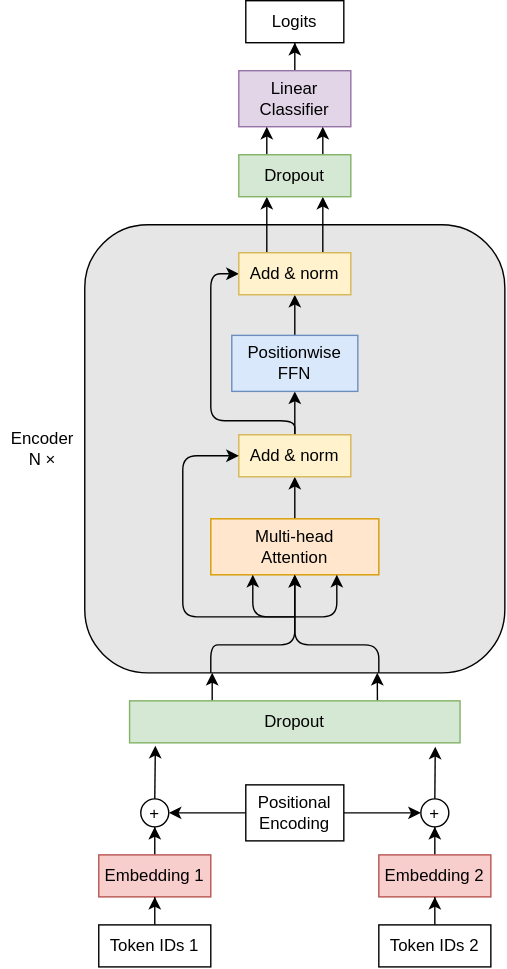
Earlier version of the draw.io export docs/figures/transformer_architecture_diagram/transformer_architecture.drawio.svg (RayYouDS/cits4012-NLP-project). Source tidied: cells renumbered, new cells last; positions are measured from the earlier drawing's top-left corner, leaving out a move shared by most shapes. Source of this version:
```xml
<mxGraphModel>
  <root>
    <mxCell id="0" />
    <mxCell id="1" parent="0" />
    <mxCell id="2" style="edgeStyle=orthogonalEdgeStyle;rounded=0;jettySize=auto;html=1;entryX=0.5;entryY=1;entryDx=0;entryDy=0;" parent="1" edge="1" source="3" target="7">
      <mxGeometry relative="1" as="geometry" />
    </mxCell>
    <mxCell id="3" value="Embedding 1" style="rounded=0;whiteSpace=wrap;html=1;fillColor=#f8cecc;strokeColor=#b85450;" parent="1" vertex="1">
      <mxGeometry x="70" y="610" width="80" height="30" as="geometry" />
    </mxCell>
    <mxCell id="4" style="edgeStyle=orthogonalEdgeStyle;rounded=0;jettySize=auto;html=1;entryX=0;entryY=0.5;entryDx=0;entryDy=0;" parent="1" edge="1" source="6" target="11">
      <mxGeometry relative="1" as="geometry" />
    </mxCell>
    <mxCell id="5" style="edgeStyle=orthogonalEdgeStyle;rounded=0;jettySize=auto;html=1;entryX=1;entryY=0.5;entryDx=0;entryDy=0;" parent="1" edge="1" source="6" target="7">
      <mxGeometry relative="1" as="geometry" />
    </mxCell>
    <mxCell id="6" value="Positional Encoding" style="rounded=0;whiteSpace=wrap;html=1;" parent="1" vertex="1">
      <mxGeometry x="175" y="560" width="70" height="40" as="geometry" />
    </mxCell>
    <mxCell id="7" value="+" style="ellipse;whiteSpace=wrap;html=1;shapeInside=1;" parent="1" vertex="1">
      <mxGeometry x="100" y="570" width="20" height="20" as="geometry" />
    </mxCell>
    <mxCell id="8" value="Encoder&lt;br&gt;N ×" style="text;html=1;whiteSpace=wrap;strokeColor=none;fillColor=none;align=center;verticalAlign=middle;rounded=0;" parent="1" vertex="1">
      <mxGeometry y="305" width="60" height="30" as="geometry" />
    </mxCell>
    <mxCell id="9" style="edgeStyle=orthogonalEdgeStyle;rounded=0;jettySize=auto;html=1;entryX=0.5;entryY=1;entryDx=0;entryDy=0;" parent="1" edge="1" source="10" target="11">
      <mxGeometry relative="1" as="geometry" />
    </mxCell>
    <mxCell id="10" value="Embedding 2" style="rounded=0;whiteSpace=wrap;html=1;fillColor=#f8cecc;strokeColor=#b85450;" parent="1" vertex="1">
      <mxGeometry x="270" y="610" width="80" height="30" as="geometry" />
    </mxCell>
    <mxCell id="11" value="+" style="ellipse;whiteSpace=wrap;html=1;shapeInside=1;" parent="1" vertex="1">
      <mxGeometry x="300" y="570" width="20" height="20" as="geometry" />
    </mxCell>
    <mxCell id="12" style="edgeStyle=orthogonalEdgeStyle;rounded=0;jettySize=auto;html=1;entryX=0.5;entryY=1;entryDx=0;entryDy=0;" parent="1" edge="1" source="13" target="3">
      <mxGeometry relative="1" as="geometry" />
    </mxCell>
    <mxCell id="13" value="Token IDs 1" style="rounded=0;whiteSpace=wrap;html=1;" parent="1" vertex="1">
      <mxGeometry x="70" y="660" width="80" height="30" as="geometry" />
    </mxCell>
    <mxCell id="14" style="edgeStyle=orthogonalEdgeStyle;rounded=0;jettySize=auto;html=1;entryX=0.5;entryY=1;entryDx=0;entryDy=0;" parent="1" edge="1" source="15" target="10">
      <mxGeometry relative="1" as="geometry" />
    </mxCell>
    <mxCell id="15" value="Token IDs 2" style="rounded=0;whiteSpace=wrap;html=1;" parent="1" vertex="1">
      <mxGeometry x="270" y="660" width="80" height="30" as="geometry" />
    </mxCell>
    <mxCell id="16" style="rounded=1;whiteSpace=wrap;html=1;roundedPerimeter=1;fillColor=#E6E6E6;" parent="1" vertex="1">
      <mxGeometry x="60" y="160" width="300" height="320" as="geometry" />
    </mxCell>
    <mxCell id="17" style="edgeStyle=orthogonalEdgeStyle;rounded=0;jettySize=auto;html=1;entryX=0.5;entryY=1;entryDx=0;entryDy=0;" parent="1" edge="1" source="18" target="21">
      <mxGeometry relative="1" as="geometry" />
    </mxCell>
    <mxCell id="18" value="Multi-head&lt;br&gt;Attention" style="rounded=0;whiteSpace=wrap;html=1;fillColor=#ffe6cc;strokeColor=#d79b00;" parent="1" vertex="1">
      <mxGeometry x="150" y="370" width="120" height="40" as="geometry" />
    </mxCell>
    <mxCell id="19" style="edgeStyle=orthogonalEdgeStyle;rounded=0;jettySize=auto;html=1;entryX=0.5;entryY=1;entryDx=0;entryDy=0;" parent="1" edge="1" source="21" target="23">
      <mxGeometry relative="1" as="geometry" />
    </mxCell>
    <mxCell id="20" style="edgeStyle=orthogonalEdgeStyle;rounded=1;jettySize=auto;html=1;entryX=0;entryY=0.5;entryDx=0;entryDy=0;curved=0;" parent="1" edge="1" source="21" target="26">
      <mxGeometry relative="1" as="geometry">
        <Array as="points">
          <mxPoint x="210" y="300" />
          <mxPoint x="150" y="300" />
          <mxPoint x="150" y="195" />
        </Array>
      </mxGeometry>
    </mxCell>
    <mxCell id="21" value="Add &amp;amp; norm" style="rounded=0;whiteSpace=wrap;html=1;fillColor=#fff2cc;strokeColor=#d6b656;" parent="1" vertex="1">
      <mxGeometry x="170" y="310" width="80" height="30" as="geometry" />
    </mxCell>
    <mxCell id="22" style="edgeStyle=orthogonalEdgeStyle;rounded=0;jettySize=auto;html=1;entryX=0.5;entryY=1;entryDx=0;entryDy=0;" parent="1" edge="1" source="23" target="26">
      <mxGeometry relative="1" as="geometry" />
    </mxCell>
    <mxCell id="23" value="Positionwise&lt;br&gt;FFN" style="rounded=0;whiteSpace=wrap;html=1;fillColor=#dae8fc;strokeColor=#6c8ebf;" parent="1" vertex="1">
      <mxGeometry x="165" y="239" width="90" height="40" as="geometry" />
    </mxCell>
    <mxCell id="24" style="edgeStyle=orthogonalEdgeStyle;rounded=0;jettySize=auto;html=1;exitX=0.25;exitY=0;exitDx=0;exitDy=0;entryX=0.25;entryY=1;entryDx=0;entryDy=0;" parent="1" edge="1" source="26" target="43">
      <mxGeometry relative="1" as="geometry" />
    </mxCell>
    <mxCell id="25" style="edgeStyle=orthogonalEdgeStyle;rounded=0;jettySize=auto;html=1;exitX=0.75;exitY=0;exitDx=0;exitDy=0;entryX=0.75;entryY=1;entryDx=0;entryDy=0;" parent="1" edge="1" source="26" target="43">
      <mxGeometry relative="1" as="geometry" />
    </mxCell>
    <mxCell id="26" value="Add &amp;amp; norm" style="rounded=0;whiteSpace=wrap;html=1;fillColor=#fff2cc;strokeColor=#d6b656;" parent="1" vertex="1">
      <mxGeometry x="170" y="180" width="80" height="30" as="geometry" />
    </mxCell>
    <mxCell id="27" style="edgeStyle=orthogonalEdgeStyle;rounded=0;jettySize=auto;html=1;entryX=0.5;entryY=1;entryDx=0;entryDy=0;" parent="1" edge="1" source="28" target="34">
      <mxGeometry relative="1" as="geometry" />
    </mxCell>
    <mxCell id="28" value="Linear Classifier" style="rounded=0;whiteSpace=wrap;html=1;fillColor=#e1d5e7;strokeColor=#9673a6;" parent="1" vertex="1">
      <mxGeometry x="170" y="50" width="80" height="40" as="geometry" />
    </mxCell>
    <mxCell id="29" style="endArrow=classic;html=1;rounded=1;entryX=0.5;entryY=1;entryDx=0;entryDy=0;curved=0;exitX=0.3;exitY=1;exitDx=0;exitDy=0;" parent="1" edge="1" source="16" target="18">
      <mxGeometry x="-0.66" relative="1" as="geometry">
        <Array as="points">
          <mxPoint x="150" y="460" />
          <mxPoint x="160" y="460" />
          <mxPoint x="210" y="460" />
        </Array>
      </mxGeometry>
    </mxCell>
    <mxCell id="30" style="endArrow=classic;html=1;rounded=1;entryX=0.5;entryY=1;entryDx=0;entryDy=0;curved=0;" parent="1" edge="1" target="18">
      <mxGeometry x="-0.01" relative="1" as="geometry">
        <mxPoint x="270" y="480" as="sourcePoint" />
        <Array as="points">
          <mxPoint x="270" y="460" />
          <mxPoint x="210" y="460" />
        </Array>
      </mxGeometry>
    </mxCell>
    <mxCell id="31" style="endArrow=classic;html=1;rounded=1;entryX=0.75;entryY=1;entryDx=0;entryDy=0;curved=0;" parent="1" edge="1" target="18">
      <mxGeometry relative="1" as="geometry">
        <mxPoint x="210" y="440" as="sourcePoint" />
        <Array as="points">
          <mxPoint x="240" y="440" />
        </Array>
      </mxGeometry>
    </mxCell>
    <mxCell id="32" style="endArrow=classic;html=1;rounded=1;entryX=0.25;entryY=1;entryDx=0;entryDy=0;curved=0;" parent="1" edge="1" target="18">
      <mxGeometry relative="1" as="geometry">
        <mxPoint x="210" y="440" as="sourcePoint" />
        <Array as="points">
          <mxPoint x="180" y="440" />
        </Array>
      </mxGeometry>
    </mxCell>
    <mxCell id="33" style="endArrow=classic;html=1;rounded=1;entryX=0;entryY=0.5;entryDx=0;entryDy=0;curved=0;" parent="1" edge="1" target="21">
      <mxGeometry x="0.13" relative="1" as="geometry">
        <mxPoint x="210" y="440" as="sourcePoint" />
        <Array as="points">
          <mxPoint x="130" y="440" />
          <mxPoint x="130" y="325" />
        </Array>
      </mxGeometry>
    </mxCell>
    <mxCell id="34" value="Logits" style="rounded=0;whiteSpace=wrap;html=1;" parent="1" vertex="1">
      <mxGeometry x="175" width="70" height="30" as="geometry" />
    </mxCell>
    <mxCell id="35" style="edgeStyle=orthogonalEdgeStyle;rounded=0;orthogonalLoop=1;jettySize=auto;html=1;innerLoopWaypoints=1;exitX=0.5;exitY=1;exitDx=0;exitDy=0;" parent="1" edge="1" source="6" target="6">
      <mxGeometry relative="1" as="geometry" />
    </mxCell>
    <mxCell id="36" style="edgeStyle=orthogonalEdgeStyle;rounded=0;jettySize=auto;html=1;exitX=0.75;exitY=0;exitDx=0;exitDy=0;entryX=0.701;entryY=1.012;entryDx=0;entryDy=0;" parent="1" edge="1" source="38" target="16">
      <mxGeometry relative="1" as="geometry" />
    </mxCell>
    <mxCell id="37" style="edgeStyle=orthogonalEdgeStyle;rounded=0;jettySize=auto;html=1;exitX=0.25;exitY=0;exitDx=0;exitDy=0;" parent="1" edge="1" source="38">
      <mxGeometry relative="1" as="geometry">
        <mxPoint x="151" y="480" as="targetPoint" />
      </mxGeometry>
    </mxCell>
    <mxCell id="38" value="Dropout" style="rounded=0;whiteSpace=wrap;html=1;fillColor=#d5e8d4;strokeColor=#82b366;" parent="1" vertex="1">
      <mxGeometry x="92" y="500" width="236" height="30" as="geometry" />
    </mxCell>
    <mxCell id="39" style="edgeStyle=orthogonalEdgeStyle;rounded=0;jettySize=auto;html=1;exitX=0.5;exitY=0;exitDx=0;exitDy=0;entryX=0.078;entryY=1.07;entryDx=0;entryDy=0;entryPerimeter=0;" parent="1" edge="1" source="7" target="38">
      <mxGeometry relative="1" as="geometry" />
    </mxCell>
    <mxCell id="40" style="edgeStyle=orthogonalEdgeStyle;rounded=0;jettySize=auto;html=1;exitX=0.5;exitY=0;exitDx=0;exitDy=0;entryX=0.925;entryY=1.09;entryDx=0;entryDy=0;entryPerimeter=0;" parent="1" edge="1" source="11" target="38">
      <mxGeometry relative="1" as="geometry" />
    </mxCell>
    <mxCell id="41" style="edgeStyle=orthogonalEdgeStyle;rounded=0;jettySize=auto;html=1;exitX=0.25;exitY=0;exitDx=0;exitDy=0;entryX=0.25;entryY=1;entryDx=0;entryDy=0;" parent="1" edge="1" source="43" target="28">
      <mxGeometry relative="1" as="geometry" />
    </mxCell>
    <mxCell id="42" style="edgeStyle=orthogonalEdgeStyle;rounded=0;jettySize=auto;html=1;exitX=0.75;exitY=0;exitDx=0;exitDy=0;entryX=0.75;entryY=1;entryDx=0;entryDy=0;" parent="1" edge="1" source="43" target="28">
      <mxGeometry relative="1" as="geometry" />
    </mxCell>
    <mxCell id="43" value="Dropout" style="rounded=0;whiteSpace=wrap;html=1;fillColor=#d5e8d4;strokeColor=#82b366;" parent="1" vertex="1">
      <mxGeometry x="170" y="110" width="80" height="30" as="geometry" />
    </mxCell>
  </root>
</mxGraphModel>
```
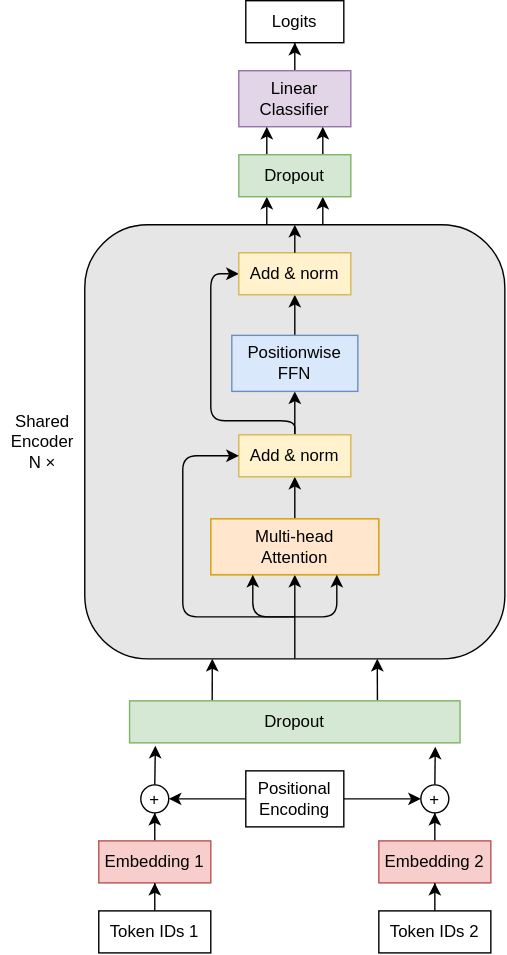
The same diagram one commit later.

Commit message:
update: model architecture diagrams

Change to the diagram source:
```diff
@@ -2,11 +2,14 @@
   <root>
     <mxCell id="0" />
     <mxCell id="1" parent="0" />
+    <mxCell id="16" style="rounded=1;whiteSpace=wrap;html=1;roundedPerimeter=1;fillColor=#E6E6E6;" parent="1" vertex="1">
+      <mxGeometry x="60" y="160" width="300" height="310" as="geometry" />
+    </mxCell>
     <mxCell id="2" style="edgeStyle=orthogonalEdgeStyle;rounded=0;jettySize=auto;html=1;entryX=0.5;entryY=1;entryDx=0;entryDy=0;" parent="1" edge="1" source="3" target="7">
       <mxGeometry relative="1" as="geometry" />
     </mxCell>
     <mxCell id="3" value="Embedding 1" style="rounded=0;whiteSpace=wrap;html=1;fillColor=#f8cecc;strokeColor=#b85450;" parent="1" vertex="1">
-      <mxGeometry x="70" y="610" width="80" height="30" as="geometry" />
+      <mxGeometry x="70" y="600" width="80" height="30" as="geometry" />
     </mxCell>
     <mxCell id="4" style="edgeStyle=orthogonalEdgeStyle;rounded=0;jettySize=auto;html=1;entryX=0;entryY=0.5;entryDx=0;entryDy=0;" parent="1" edge="1" source="6" target="11">
       <mxGeometry relative="1" as="geometry" />
@@ -15,38 +18,38 @@
       <mxGeometry relative="1" as="geometry" />
     </mxCell>
     <mxCell id="6" value="Positional Encoding" style="rounded=0;whiteSpace=wrap;html=1;" parent="1" vertex="1">
-      <mxGeometry x="175" y="560" width="70" height="40" as="geometry" />
+      <mxGeometry x="175" y="550" width="70" height="40" as="geometry" />
     </mxCell>
     <mxCell id="7" value="+" style="ellipse;whiteSpace=wrap;html=1;shapeInside=1;" parent="1" vertex="1">
-      <mxGeometry x="100" y="570" width="20" height="20" as="geometry" />
+      <mxGeometry x="100" y="560" width="20" height="20" as="geometry" />
     </mxCell>
-    <mxCell id="8" value="Encoder&lt;br&gt;N ×" style="text;html=1;whiteSpace=wrap;strokeColor=none;fillColor=none;align=center;verticalAlign=middle;rounded=0;" parent="1" vertex="1">
-      <mxGeometry y="305" width="60" height="30" as="geometry" />
+    <mxCell id="8" value="Shared&lt;br&gt;Encoder&lt;br&gt;N ×" style="text;html=1;whiteSpace=wrap;strokeColor=none;fillColor=none;align=center;verticalAlign=middle;rounded=0;" parent="1" vertex="1">
+      <mxGeometry y="295" width="60" height="40" as="geometry" />
     </mxCell>
     <mxCell id="9" style="edgeStyle=orthogonalEdgeStyle;rounded=0;jettySize=auto;html=1;entryX=0.5;entryY=1;entryDx=0;entryDy=0;" parent="1" edge="1" source="10" target="11">
       <mxGeometry relative="1" as="geometry" />
     </mxCell>
     <mxCell id="10" value="Embedding 2" style="rounded=0;whiteSpace=wrap;html=1;fillColor=#f8cecc;strokeColor=#b85450;" parent="1" vertex="1">
-      <mxGeometry x="270" y="610" width="80" height="30" as="geometry" />
+      <mxGeometry x="270" y="600" width="80" height="30" as="geometry" />
     </mxCell>
     <mxCell id="11" value="+" style="ellipse;whiteSpace=wrap;html=1;shapeInside=1;" parent="1" vertex="1">
-      <mxGeometry x="300" y="570" width="20" height="20" as="geometry" />
+      <mxGeometry x="300" y="560" width="20" height="20" as="geometry" />
     </mxCell>
     <mxCell id="12" style="edgeStyle=orthogonalEdgeStyle;rounded=0;jettySize=auto;html=1;entryX=0.5;entryY=1;entryDx=0;entryDy=0;" parent="1" edge="1" source="13" target="3">
       <mxGeometry relative="1" as="geometry" />
     </mxCell>
     <mxCell id="13" value="Token IDs 1" style="rounded=0;whiteSpace=wrap;html=1;" parent="1" vertex="1">
-      <mxGeometry x="70" y="660" width="80" height="30" as="geometry" />
+      <mxGeometry x="70" y="650" width="80" height="30" as="geometry" />
     </mxCell>
     <mxCell id="14" style="edgeStyle=orthogonalEdgeStyle;rounded=0;jettySize=auto;html=1;entryX=0.5;entryY=1;entryDx=0;entryDy=0;" parent="1" edge="1" source="15" target="10">
       <mxGeometry relative="1" as="geometry" />
     </mxCell>
     <mxCell id="15" value="Token IDs 2" style="rounded=0;whiteSpace=wrap;html=1;" parent="1" vertex="1">
-      <mxGeometry x="270" y="660" width="80" height="30" as="geometry" />
+      <mxGeometry x="270" y="650" width="80" height="30" as="geometry" />
     </mxCell>
-    <mxCell id="16" style="rounded=1;whiteSpace=wrap;html=1;roundedPerimeter=1;fillColor=#E6E6E6;" parent="1" vertex="1">
-      <mxGeometry x="60" y="160" width="300" height="320" as="geometry" />
-    </mxCell>
+    <mxCell id="29" style="edgeStyle=orthogonalEdgeStyle;rounded=0;jettySize=auto;html=1;exitX=0.5;exitY=1;exitDx=0;exitDy=0;entryX=0.5;entryY=1;entryDx=0;entryDy=0;" parent="1" edge="1" source="16" target="18">
+      <mxGeometry relative="1" as="geometry" />
+    </mxCell>
     <mxCell id="17" style="edgeStyle=orthogonalEdgeStyle;rounded=0;jettySize=auto;html=1;entryX=0.5;entryY=1;entryDx=0;entryDy=0;" parent="1" edge="1" source="18" target="21">
       <mxGeometry relative="1" as="geometry" />
     </mxCell>
@@ -74,11 +77,15 @@
     <mxCell id="23" value="Positionwise&lt;br&gt;FFN" style="rounded=0;whiteSpace=wrap;html=1;fillColor=#dae8fc;strokeColor=#6c8ebf;" parent="1" vertex="1">
       <mxGeometry x="165" y="239" width="90" height="40" as="geometry" />
     </mxCell>
-    <mxCell id="24" style="edgeStyle=orthogonalEdgeStyle;rounded=0;jettySize=auto;html=1;exitX=0.25;exitY=0;exitDx=0;exitDy=0;entryX=0.25;entryY=1;entryDx=0;entryDy=0;" parent="1" edge="1" source="26" target="43">
-      <mxGeometry relative="1" as="geometry" />
+    <mxCell id="24" style="edgeStyle=orthogonalEdgeStyle;rounded=0;jettySize=auto;html=1;entryX=0.25;entryY=1;entryDx=0;entryDy=0;" parent="1" edge="1" target="43">
+      <mxGeometry relative="1" as="geometry">
+        <mxPoint x="190" y="160" as="sourcePoint" />
+      </mxGeometry>
     </mxCell>
-    <mxCell id="25" style="edgeStyle=orthogonalEdgeStyle;rounded=0;jettySize=auto;html=1;exitX=0.75;exitY=0;exitDx=0;exitDy=0;entryX=0.75;entryY=1;entryDx=0;entryDy=0;" parent="1" edge="1" source="26" target="43">
-      <mxGeometry relative="1" as="geometry" />
+    <mxCell id="25" style="edgeStyle=orthogonalEdgeStyle;rounded=0;jettySize=auto;html=1;entryX=0.75;entryY=1;entryDx=0;entryDy=0;" parent="1" edge="1" target="43">
+      <mxGeometry relative="1" as="geometry">
+        <mxPoint x="230" y="160" as="sourcePoint" />
+      </mxGeometry>
     </mxCell>
     <mxCell id="26" value="Add &amp;amp; norm" style="rounded=0;whiteSpace=wrap;html=1;fillColor=#fff2cc;strokeColor=#d6b656;" parent="1" vertex="1">
       <mxGeometry x="170" y="180" width="80" height="30" as="geometry" />
@@ -89,24 +96,6 @@
     <mxCell id="28" value="Linear Classifier" style="rounded=0;whiteSpace=wrap;html=1;fillColor=#e1d5e7;strokeColor=#9673a6;" parent="1" vertex="1">
       <mxGeometry x="170" y="50" width="80" height="40" as="geometry" />
     </mxCell>
-    <mxCell id="29" style="endArrow=classic;html=1;rounded=1;entryX=0.5;entryY=1;entryDx=0;entryDy=0;curved=0;exitX=0.3;exitY=1;exitDx=0;exitDy=0;" parent="1" edge="1" source="16" target="18">
-      <mxGeometry x="-0.66" relative="1" as="geometry">
-        <Array as="points">
-          <mxPoint x="150" y="460" />
-          <mxPoint x="160" y="460" />
-          <mxPoint x="210" y="460" />
-        </Array>
-      </mxGeometry>
-    </mxCell>
-    <mxCell id="30" style="endArrow=classic;html=1;rounded=1;entryX=0.5;entryY=1;entryDx=0;entryDy=0;curved=0;" parent="1" edge="1" target="18">
-      <mxGeometry x="-0.01" relative="1" as="geometry">
-        <mxPoint x="270" y="480" as="sourcePoint" />
-        <Array as="points">
-          <mxPoint x="270" y="460" />
-          <mxPoint x="210" y="460" />
-        </Array>
-      </mxGeometry>
-    </mxCell>
     <mxCell id="31" style="endArrow=classic;html=1;rounded=1;entryX=0.75;entryY=1;entryDx=0;entryDy=0;curved=0;" parent="1" edge="1" target="18">
       <mxGeometry relative="1" as="geometry">
         <mxPoint x="210" y="440" as="sourcePoint" />
@@ -141,10 +130,8 @@
     <mxCell id="36" style="edgeStyle=orthogonalEdgeStyle;rounded=0;jettySize=auto;html=1;exitX=0.75;exitY=0;exitDx=0;exitDy=0;entryX=0.701;entryY=1.012;entryDx=0;entryDy=0;" parent="1" edge="1" source="38" target="16">
       <mxGeometry relative="1" as="geometry" />
     </mxCell>
-    <mxCell id="37" style="edgeStyle=orthogonalEdgeStyle;rounded=0;jettySize=auto;html=1;exitX=0.25;exitY=0;exitDx=0;exitDy=0;" parent="1" edge="1" source="38">
-      <mxGeometry relative="1" as="geometry">
-        <mxPoint x="151" y="480" as="targetPoint" />
-      </mxGeometry>
+    <mxCell id="37" style="edgeStyle=orthogonalEdgeStyle;rounded=0;jettySize=auto;html=1;exitX=0.25;exitY=0;exitDx=0;exitDy=0;entryX=0.304;entryY=0.999;entryDx=0;entryDy=0;" parent="1" edge="1" source="38" target="16">
+      <mxGeometry relative="1" as="geometry" />
     </mxCell>
     <mxCell id="38" value="Dropout" style="rounded=0;whiteSpace=wrap;html=1;fillColor=#d5e8d4;strokeColor=#82b366;" parent="1" vertex="1">
       <mxGeometry x="92" y="500" width="236" height="30" as="geometry" />
@@ -164,5 +151,11 @@
     <mxCell id="43" value="Dropout" style="rounded=0;whiteSpace=wrap;html=1;fillColor=#d5e8d4;strokeColor=#82b366;" parent="1" vertex="1">
       <mxGeometry x="170" y="110" width="80" height="30" as="geometry" />
     </mxCell>
+    <mxCell id="44" style="edgeStyle=orthogonalEdgeStyle;rounded=0;orthogonalLoop=1;jettySize=auto;html=1;innerLoopWaypoints=1;exitX=0.5;exitY=1;exitDx=0;exitDy=0;" parent="1" edge="1" source="16" target="16">
+      <mxGeometry relative="1" as="geometry" />
+    </mxCell>
+    <mxCell id="45" style="endArrow=classic;html=1;rounded=0;exitX=0.5;exitY=0;exitDx=0;exitDy=0;entryX=0.5;entryY=0.032;entryDx=0;entryDy=0;" parent="1" edge="1" source="26" target="16">
+      <mxGeometry relative="1" as="geometry" />
+    </mxCell>
   </root>
 </mxGraphModel>
```
